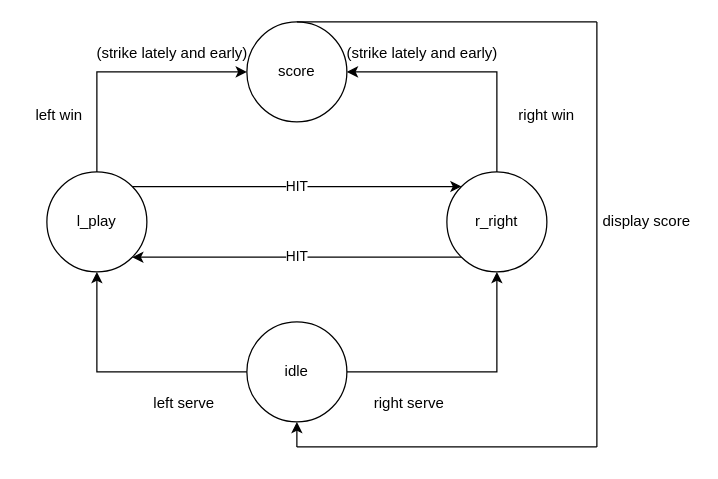
Chee-En/SoCLab keeps this draw.io diagram as 未命名圖表.drawio. Above is the earlier version. Source tidied: cells renumbered, new cells numbered last; positions are measured from the earlier drawing's top-left corner, leaving out a move shared by most shapes. Both pictures are drawn from the tidied source at 125%, with x=0, y=0 at pixel (21, 21).
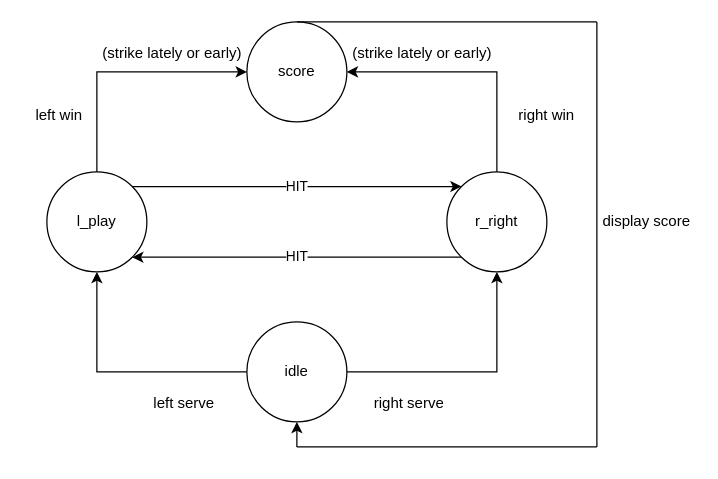
The same diagram, later.

What changed in the source:
```diff
@@
-    <mxCell id="16" value="(strike lately and early)" style="text;html=1;align=center;verticalAlign=middle;strokeColor=none;fillColor=none;" parent="1" vertex="1">
-      <mxGeometry x="50" y="10" width="140" height="30" as="geometry" />
+    <mxCell id="16" value="(strike lately or early)" style="text;html=1;align=center;verticalAlign=middle;strokeColor=none;fillColor=none;" parent="1" vertex="1">
+      <mxGeometry x="55" y="10" width="130" height="30" as="geometry" />
     </mxCell>
-    <mxCell id="17" value="(strike lately and early)" style="text;html=1;align=center;verticalAlign=middle;strokeColor=none;fillColor=none;" parent="1" vertex="1">
-      <mxGeometry x="250" y="10" width="140" height="30" as="geometry" />
+    <mxCell id="17" value="(strike lately or early)" style="text;html=1;align=center;verticalAlign=middle;strokeColor=none;fillColor=none;" parent="1" vertex="1">
+      <mxGeometry x="255" y="10" width="130" height="30" as="geometry" />
     </mxCell>
```
